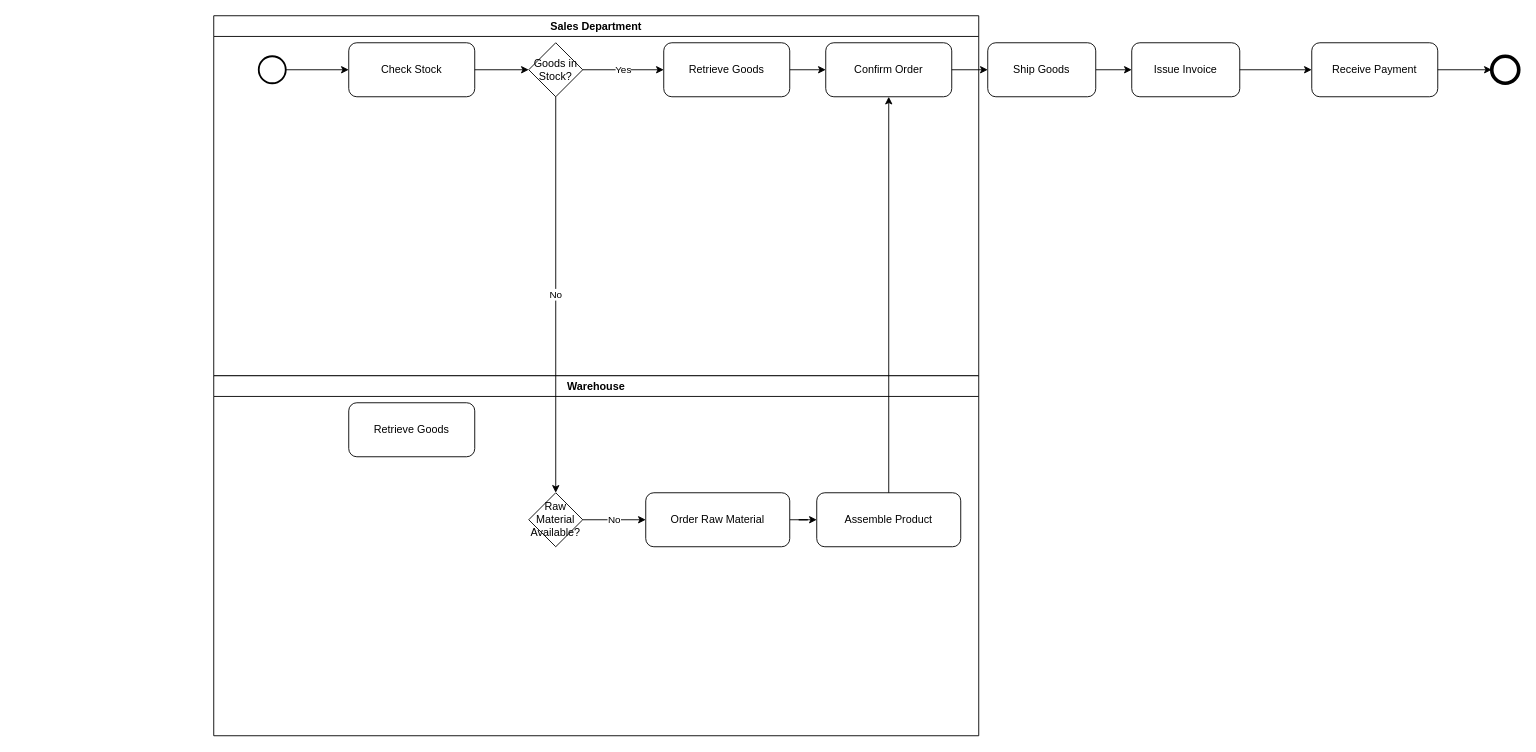
This is Order from Stock /Manufacture to Order – Part II.drawio from zft666zft/enterprise-system-architecture, a draw.io file, before an edit. Source tidied: cells renumbered, new cells numbered last; positions are measured from the earlier drawing's top-left corner, leaving out a move shared by most shapes. Both pictures are drawn from the tidied source at 90%, with x=0, y=0 at pixel (213, 15).
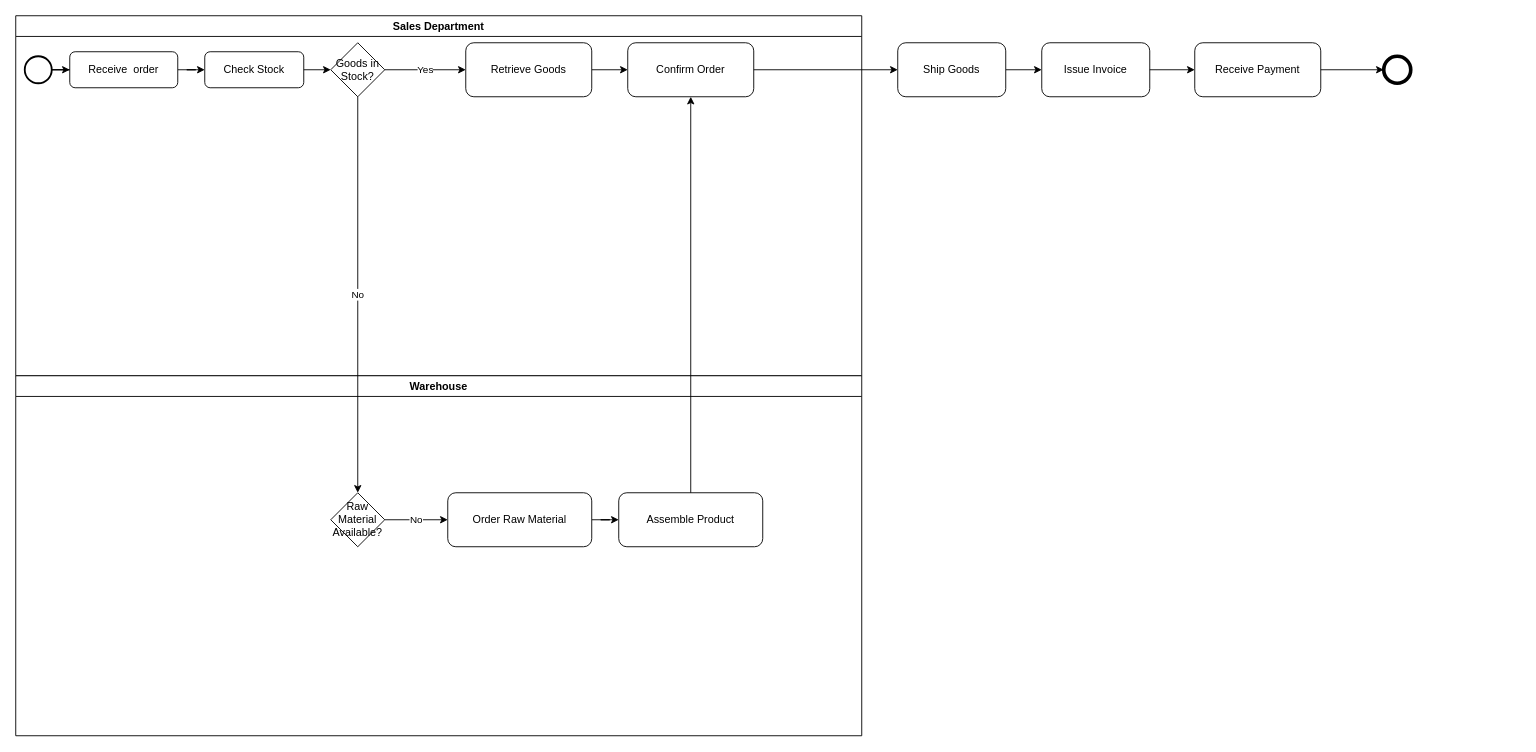
After the change.

The edit, as a diff of the source:
```diff
@@
     <mxCell id="2" value="Sales Department" style="swimlane;whiteSpace=wrap;html=1;strokeColor=#000000;" parent="1" vertex="1">
-      <mxGeometry width="850" height="400" as="geometry" />
+      <mxGeometry x="-220" width="940" height="400" as="geometry" />
     </mxCell>
+    <mxCell id="29" style="edgeStyle=orthogonalEdgeStyle;rounded=0;jettySize=auto;html=1;" parent="2" edge="1" source="3" target="31">
+      <mxGeometry relative="1" as="geometry" />
+    </mxCell>
     <mxCell id="3" style="ellipse;whiteSpace=wrap;html=1;strokeColor=#000000;strokeWidth=2;" parent="2" vertex="1">
-      <mxGeometry x="50" y="45" width="30" height="30" as="geometry" />
+      <mxGeometry x="10" y="45" width="30" height="30" as="geometry" />
     </mxCell>
     <mxCell id="4" value="Check Stock" style="rounded=1;whiteSpace=wrap;html=1;strokeColor=#000000;strokeWidth=1;" parent="2" vertex="1">
-      <mxGeometry x="150" y="30" width="140" height="60" as="geometry" />
+      <mxGeometry x="210" y="40" width="110" height="40" as="geometry" />
     </mxCell>
@@
-    <mxCell id="8" style="edgeStyle=orthogonalEdgeStyle;html=1;strokeColor=#000000;strokeWidth=1;rounded=0;" parent="2" edge="1" source="3" target="4">
-      <mxGeometry relative="1" as="geometry" />
-    </mxCell>
@@
+    <mxCell id="30" style="edgeStyle=orthogonalEdgeStyle;rounded=0;jettySize=auto;html=1;" parent="2" edge="1" source="31" target="4">
+      <mxGeometry relative="1" as="geometry" />
+    </mxCell>
+    <mxCell id="31" value="Receive&amp;nbsp; order" style="rounded=1;whiteSpace=wrap;html=1;fontSize=12;glass=0;strokeWidth=1;shadow=0;" parent="2" vertex="1">
+      <mxGeometry x="60" y="40" width="120" height="40" as="geometry" />
+    </mxCell>
     <mxCell id="12" value="Warehouse" style="swimlane;whiteSpace=wrap;html=1;strokeColor=#000000;" parent="1" vertex="1">
-      <mxGeometry y="400" width="850" height="400" as="geometry" />
+      <mxGeometry x="-220" y="400" width="940" height="400" as="geometry" />
     </mxCell>
-    <mxCell id="13" value="Retrieve Goods" style="rounded=1;whiteSpace=wrap;html=1;strokeColor=#000000;strokeWidth=1;" parent="12" vertex="1">
-      <mxGeometry x="150" y="30" width="140" height="60" as="geometry" />
-    </mxCell>
@@
     <mxCell id="22" value="Ship Goods" style="rounded=1;whiteSpace=wrap;html=1;strokeColor=#000000;strokeWidth=1;" parent="1" vertex="1">
-      <mxGeometry x="860" y="30" width="120" height="60" as="geometry" />
+      <mxGeometry x="760" y="30" width="120" height="60" as="geometry" />
     </mxCell>
     <mxCell id="23" value="Issue Invoice" style="rounded=1;whiteSpace=wrap;html=1;strokeColor=#000000;strokeWidth=1;" parent="1" vertex="1">
-      <mxGeometry x="1020" y="30" width="120" height="60" as="geometry" />
+      <mxGeometry x="920" y="30" width="120" height="60" as="geometry" />
     </mxCell>
     <mxCell id="24" value="Receive Payment" style="rounded=1;whiteSpace=wrap;html=1;strokeColor=#000000;strokeWidth=1;" parent="1" vertex="1">
-      <mxGeometry x="1220" y="30" width="140" height="60" as="geometry" />
+      <mxGeometry x="1090" y="30" width="140" height="60" as="geometry" />
     </mxCell>
@@
     <mxCell id="26" style="ellipse;whiteSpace=wrap;html=1;strokeColor=#000000;strokeWidth=4;" parent="1" vertex="1">
-      <mxGeometry x="1420" y="45" width="30" height="30" as="geometry" />
+      <mxGeometry x="1300" y="45" width="30" height="30" as="geometry" />
     </mxCell>
```
